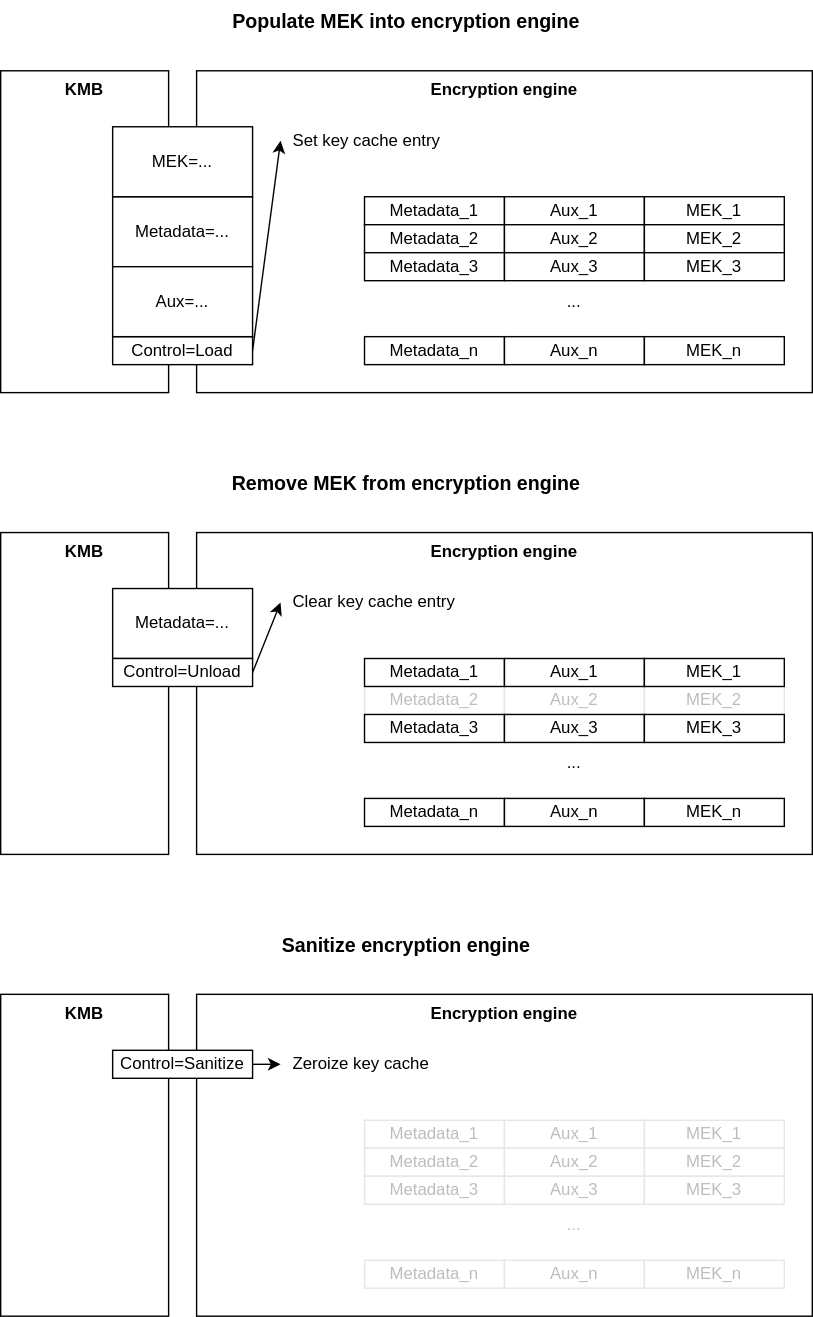
Above: doc/ocp_lock/diagrams/kmb_ee.drawio.svg in chipsalliance/Caliptra (draw.io), before the change. Source tidied: cells renumbered, new cells last; positions are measured from the earlier drawing's top-left corner, leaving out a move shared by most shapes.
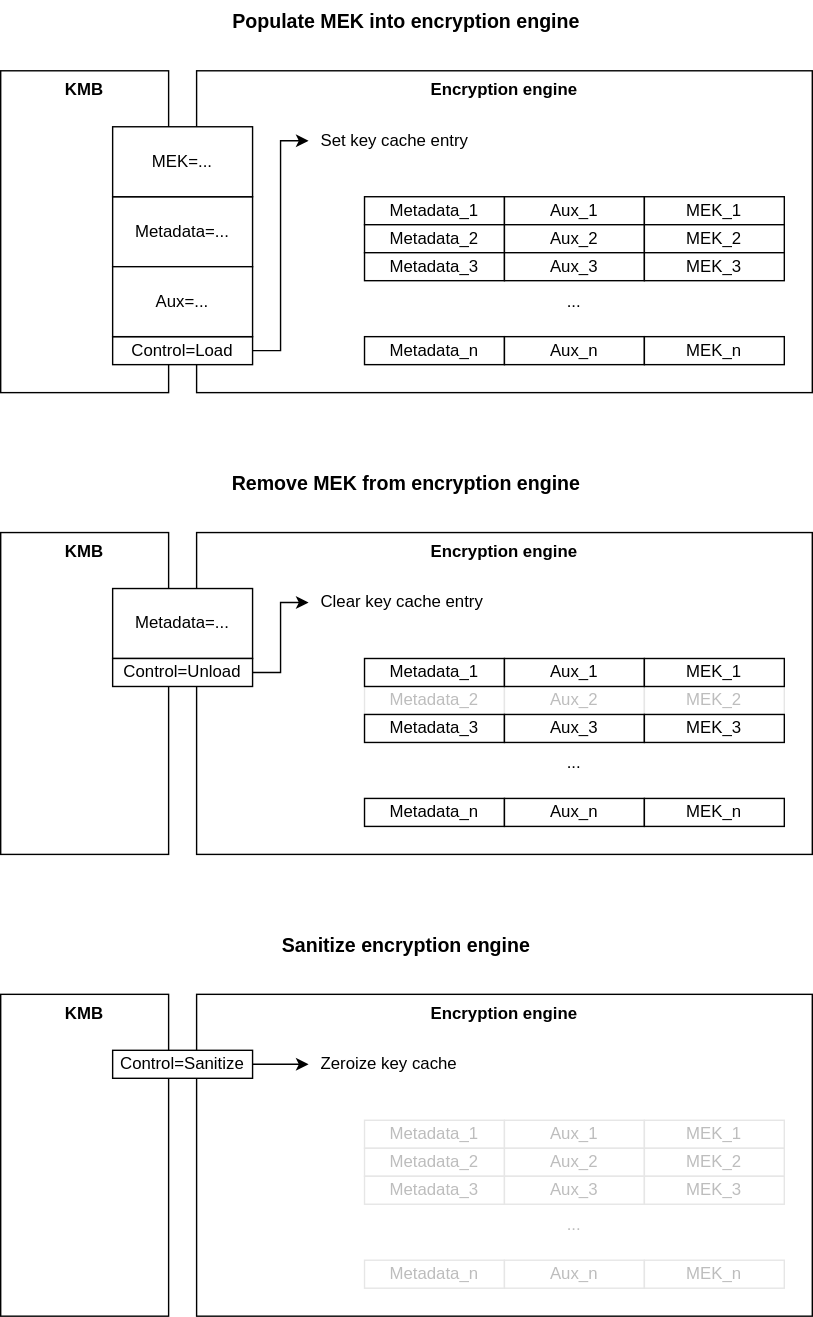
After the change.

Diff of the diagram source:
```diff
@@ -48,7 +48,7 @@
       <mxGeometry x="460" y="900" width="100" height="20" as="geometry" />
     </mxCell>
     <mxCell id="17" value="Zeroize key cache" style="text;strokeColor=none;align=left;fillColor=none;html=1;verticalAlign=middle;whiteSpace=wrap;rounded=0;spacingLeft=7;" parent="1" vertex="1">
-      <mxGeometry x="200" y="745" width="140" height="30" as="geometry" />
+      <mxGeometry x="220" y="745" width="140" height="30" as="geometry" />
     </mxCell>
     <mxCell id="18" style="endArrow=classic;html=1;exitX=1;exitY=0.5;exitDx=0;exitDy=0;entryX=0;entryY=0.5;entryDx=0;entryDy=0;" parent="1" edge="1" source="4" target="17">
       <mxGeometry relative="1" as="geometry" />
@@ -111,9 +111,9 @@
       <mxGeometry x="460" y="240" width="100" height="20" as="geometry" />
     </mxCell>
     <mxCell id="38" value="&lt;div&gt;Set key cache entry&lt;/div&gt;" style="text;strokeColor=none;align=left;fillColor=none;html=1;verticalAlign=middle;whiteSpace=wrap;rounded=0;spacingLeft=7;" parent="1" vertex="1">
-      <mxGeometry x="200" y="85" width="140" height="30" as="geometry" />
+      <mxGeometry x="220" y="85" width="140" height="30" as="geometry" />
     </mxCell>
-    <mxCell id="39" style="endArrow=classic;html=1;exitX=1;exitY=0.5;exitDx=0;exitDy=0;entryX=0;entryY=0.5;entryDx=0;entryDy=0;" parent="1" edge="1" source="23" target="38">
+    <mxCell id="39" style="endArrow=classic;html=1;exitX=1;exitY=0.5;exitDx=0;exitDy=0;entryX=0;entryY=0.5;entryDx=0;entryDy=0;rounded=0;edgeStyle=orthogonalEdgeStyle;" parent="1" edge="1" source="23" target="38">
       <mxGeometry relative="1" as="geometry" />
     </mxCell>
     <mxCell id="40" value="..." style="text;strokeColor=none;align=center;fillColor=none;html=1;verticalAlign=middle;whiteSpace=wrap;rounded=0;" parent="1" vertex="1">
@@ -141,9 +141,9 @@
       <mxGeometry x="460" y="570" width="100" height="20" as="geometry" />
     </mxCell>
     <mxCell id="48" value="&lt;div&gt;Clear key cache entry&lt;/div&gt;" style="text;strokeColor=none;align=left;fillColor=none;html=1;verticalAlign=middle;whiteSpace=wrap;rounded=0;spacingLeft=7;" parent="1" vertex="1">
-      <mxGeometry x="200" y="415" width="140" height="30" as="geometry" />
+      <mxGeometry x="220" y="415" width="140" height="30" as="geometry" />
     </mxCell>
-    <mxCell id="49" style="endArrow=classic;html=1;exitX=1;exitY=0.5;exitDx=0;exitDy=0;entryX=0;entryY=0.5;entryDx=0;entryDy=0;" parent="1" edge="1" source="44" target="48">
+    <mxCell id="49" style="endArrow=classic;html=1;exitX=1;exitY=0.5;exitDx=0;exitDy=0;entryX=0;entryY=0.5;entryDx=0;entryDy=0;rounded=0;edgeStyle=orthogonalEdgeStyle;" parent="1" edge="1" source="44" target="48">
       <mxGeometry relative="1" as="geometry" />
     </mxCell>
     <mxCell id="50" value="..." style="text;strokeColor=none;align=center;fillColor=none;html=1;verticalAlign=middle;whiteSpace=wrap;rounded=0;" parent="1" vertex="1">
```
